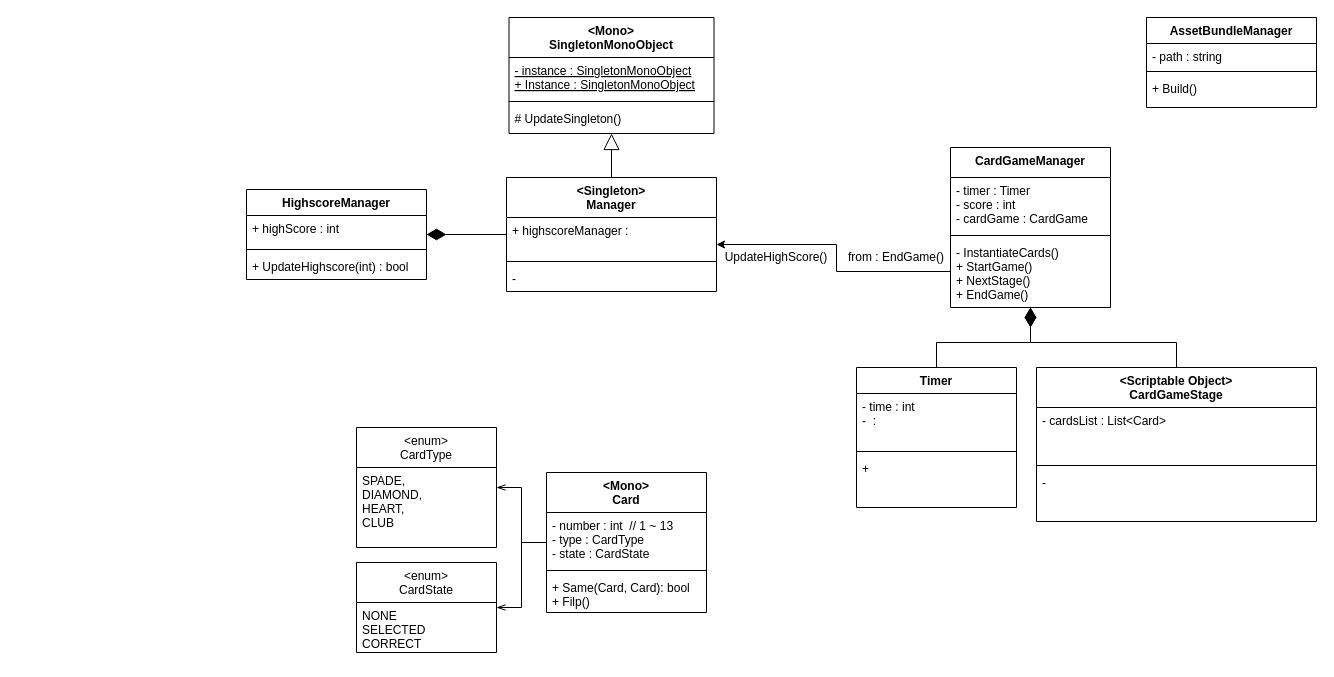
This is Diagram.drawio from s-saens/CardMemory, a draw.io file, before an edit. Source tidied: cells renumbered, new cells numbered last; positions are measured from the earlier drawing's top-left corner, leaving out a move shared by most shapes. Both pictures are drawn from the tidied source at 100%, with x=0, y=0 at pixel (246, 17).
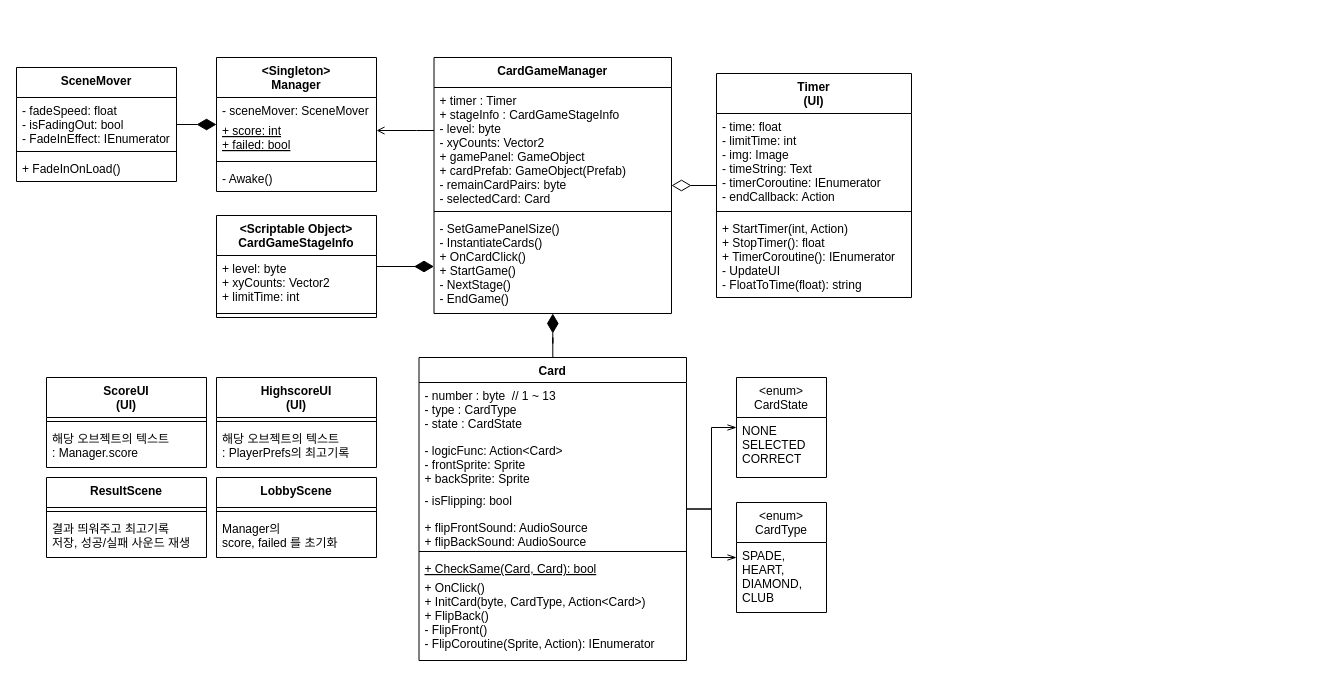
After the change.

The edit, as a diff of the source:
```diff
@@
     <mxCell id="2" value="&lt;Singleton&gt;&#10;Manager" style="swimlane;fontStyle=1;align=center;verticalAlign=top;horizontal=1;startSize=40;" parent="1" vertex="1">
-      <mxGeometry x="260" y="160" width="210" height="114" as="geometry" />
+      <mxGeometry x="-30" y="40" width="160" height="134" as="geometry" />
     </mxCell>
-    <mxCell id="3" value="+ highscoreManager : " style="text;strokeColor=none;fillColor=none;align=left;verticalAlign=top;spacingLeft=4;spacingRight=4;overflow=hidden;fontStyle=0;" parent="2" vertex="1">
-      <mxGeometry y="40" width="210" height="40" as="geometry" />
+    <mxCell id="3" value="- sceneMover: SceneMover" style="text;strokeColor=none;fillColor=none;align=left;verticalAlign=top;spacingLeft=4;spacingRight=4;overflow=hidden;fontStyle=0;" parent="2" vertex="1">
+      <mxGeometry y="40" width="160" height="20" as="geometry" />
     </mxCell>
+    <mxCell id="47" value="+ score: int&#10;+ failed: bool" style="text;strokeColor=none;fillColor=none;align=left;verticalAlign=top;spacingLeft=4;spacingRight=4;overflow=hidden;fontStyle=4;" parent="2" vertex="1">
+      <mxGeometry y="60" width="160" height="40" as="geometry" />
+    </mxCell>
     <mxCell id="4" style="line;strokeWidth=1;fillColor=none;align=left;verticalAlign=middle;spacingTop=-1;spacingLeft=3;spacingRight=3;labelPosition=right;" parent="2" vertex="1">
-      <mxGeometry y="80" width="210" height="8" as="geometry" />
+      <mxGeometry y="100" width="160" height="8" as="geometry" />
     </mxCell>
-    <mxCell id="5" value="-" style="text;strokeColor=none;fillColor=none;align=left;verticalAlign=top;spacingLeft=4;spacingRight=4;overflow=hidden;" parent="2" vertex="1">
-      <mxGeometry y="88" width="210" height="26" as="geometry" />
+    <mxCell id="5" value="- Awake()" style="text;strokeColor=none;fillColor=none;align=left;verticalAlign=top;spacingLeft=4;spacingRight=4;overflow=hidden;" parent="2" vertex="1">
+      <mxGeometry y="108" width="160" height="26" as="geometry" />
     </mxCell>
-    <mxCell id="6" style="edgeStyle=orthogonalEdgeStyle;rounded=0;jettySize=auto;html=1;endArrow=diamondThin;endFill=1;strokeWidth=1;endSize=17;" parent="1" edge="1" source="19" target="7">
+    <mxCell id="6" style="edgeStyle=orthogonalEdgeStyle;rounded=0;jettySize=auto;html=1;endArrow=diamondThin;endFill=0;strokeWidth=1;endSize=17;" parent="1" edge="1" source="19" target="7">
       <mxGeometry relative="1" as="geometry" />
     </mxCell>
+    <mxCell id="48" style="edgeStyle=orthogonalEdgeStyle;rounded=0;jettySize=auto;html=1;endArrow=open;endFill=0;" parent="1" edge="1" source="7" target="2">
+      <mxGeometry relative="1" as="geometry">
+        <Array as="points">
+          <mxPoint x="170" y="113" />
+          <mxPoint x="170" y="113" />
+        </Array>
+      </mxGeometry>
+    </mxCell>
     <mxCell id="7" value="CardGameManager" style="swimlane;fontStyle=1;align=center;verticalAlign=top;horizontal=1;startSize=30;" parent="1" vertex="1">
-      <mxGeometry x="704" y="130" width="160" height="160" as="geometry" />
+      <mxGeometry x="187.5" y="40" width="237.5" height="256" as="geometry" />
     </mxCell>
-    <mxCell id="8" value="- timer : Timer&#10;- score : int&#10;- cardGame : CardGame" style="text;strokeColor=none;fillColor=none;align=left;verticalAlign=top;spacingLeft=4;spacingRight=4;overflow=hidden;" parent="7" vertex="1">
-      <mxGeometry y="30" width="160" height="54" as="geometry" />
+    <mxCell id="8" value="+ timer : Timer&#10;+ stageInfo : CardGameStageInfo&#10;- level: byte&#10;- xyCounts: Vector2&#10;+ gamePanel: GameObject&#10;+ cardPrefab: GameObject(Prefab)&#10;- remainCardPairs: byte&#10;- selectedCard: Card&#10;&#10;" style="text;strokeColor=none;fillColor=none;align=left;verticalAlign=top;spacingLeft=4;spacingRight=4;overflow=hidden;" parent="7" vertex="1">
+      <mxGeometry y="30" width="237.5" height="120" as="geometry" />
     </mxCell>
     <mxCell id="9" style="line;strokeWidth=1;fillColor=none;align=left;verticalAlign=middle;spacingTop=-1;spacingLeft=3;spacingRight=3;labelPosition=right;" parent="7" vertex="1">
-      <mxGeometry y="84" width="160" height="8" as="geometry" />
+      <mxGeometry y="150" width="237.5" height="8" as="geometry" />
     </mxCell>
-    <mxCell id="10" value="- InstantiateCards()&#10;+ StartGame()&#10;+ NextStage()&#10;+ EndGame()" style="text;strokeColor=none;fillColor=none;align=left;verticalAlign=top;spacingLeft=4;spacingRight=4;overflow=hidden;points=[[0,0.5],[1,0.5]];portConstraint=eastwest;" parent="7" vertex="1">
-      <mxGeometry y="92" width="160" height="68" as="geometry" />
+    <mxCell id="10" value="- SetGamePanelSize()&#10;- InstantiateCards()&#10;+ OnCardClick()&#10;+ StartGame()&#10;- NextStage()&#10;- EndGame()" style="text;strokeColor=none;fillColor=none;align=left;verticalAlign=top;spacingLeft=4;spacingRight=4;overflow=hidden;points=[[0,0.5],[1,0.5]];portConstraint=eastwest;" parent="7" vertex="1">
+      <mxGeometry y="158" width="237.5" height="98" as="geometry" />
     </mxCell>
@@
-    <mxCell id="13" value="&lt;Mono&gt;&#10;Card" style="swimlane;fontStyle=1;align=center;verticalAlign=top;horizontal=1;startSize=40;" parent="1" vertex="1">
-      <mxGeometry x="300" y="455" width="160" height="140" as="geometry" />
+    <mxCell id="13" value="Card" style="swimlane;fontStyle=1;align=center;verticalAlign=top;horizontal=1;startSize=25;" parent="1" vertex="1">
+      <mxGeometry x="172.5" y="340" width="267.5" height="303" as="geometry" />
     </mxCell>
-    <mxCell id="14" value="- number : int  // 1 ~ 13&#10;- type : CardType&#10;- state : CardState" style="text;strokeColor=none;fillColor=none;align=left;verticalAlign=top;spacingLeft=4;spacingRight=4;overflow=hidden;" parent="13" vertex="1">
-      <mxGeometry y="40" width="160" height="54" as="geometry" />
+    <mxCell id="14" value="- number : byte  // 1 ~ 13&#10;- type : CardType&#10;- state : CardState" style="text;strokeColor=none;fillColor=none;align=left;verticalAlign=top;spacingLeft=4;spacingRight=4;overflow=hidden;" parent="13" vertex="1">
+      <mxGeometry y="25" width="267.5" height="55" as="geometry" />
     </mxCell>
+    <mxCell id="49" value="- logicFunc: Action&lt;Card&gt;&#10;- frontSprite: Sprite&#10;+ backSprite: Sprite" style="text;strokeColor=none;fillColor=none;align=left;verticalAlign=top;spacingLeft=4;spacingRight=4;overflow=hidden;" parent="13" vertex="1">
+      <mxGeometry y="80" width="267.5" height="50" as="geometry" />
+    </mxCell>
+    <mxCell id="50" value="- isFlipping: bool" style="text;strokeColor=none;fillColor=none;align=left;verticalAlign=top;spacingLeft=4;spacingRight=4;overflow=hidden;" parent="13" vertex="1">
+      <mxGeometry y="130" width="267.5" height="27" as="geometry" />
+    </mxCell>
+    <mxCell id="51" value="+ flipFrontSound: AudioSource&#10;+ flipBackSound: AudioSource" style="text;strokeColor=none;fillColor=none;align=left;verticalAlign=top;spacingLeft=4;spacingRight=4;overflow=hidden;" parent="13" vertex="1">
+      <mxGeometry y="157" width="267.5" height="33" as="geometry" />
+    </mxCell>
     <mxCell id="15" style="line;strokeWidth=1;fillColor=none;align=left;verticalAlign=middle;spacingTop=-1;spacingLeft=3;spacingRight=3;labelPosition=right;" parent="13" vertex="1">
-      <mxGeometry y="94" width="160" height="8" as="geometry" />
+      <mxGeometry y="190" width="267.5" height="8" as="geometry" />
     </mxCell>
-    <mxCell id="16" value="+ Same(Card, Card): bool&#10;+ Filp()" style="text;strokeColor=none;fillColor=none;align=left;verticalAlign=top;spacingLeft=4;spacingRight=4;overflow=hidden;" parent="13" vertex="1">
-      <mxGeometry y="102" width="160" height="38" as="geometry" />
+    <mxCell id="16" value="+ CheckSame(Card, Card): bool" style="text;strokeColor=none;fillColor=none;align=left;verticalAlign=top;spacingLeft=4;spacingRight=4;overflow=hidden;fontStyle=4;" parent="13" vertex="1">
+      <mxGeometry y="198" width="267.5" height="19" as="geometry" />
     </mxCell>
+    <mxCell id="52" value="+ OnClick()&#10;+ InitCard(byte, CardType, Action&lt;Card&gt;)&#10;+ FlipBack()&#10;- FlipFront()&#10;- FlipCoroutine(Sprite, Action): IEnumerator" style="text;strokeColor=none;fillColor=none;align=left;verticalAlign=top;spacingLeft=4;spacingRight=4;overflow=hidden;" parent="13" vertex="1">
+      <mxGeometry y="217" width="267.5" height="86" as="geometry" />
+    </mxCell>
     <mxCell id="17" value="&lt;enum&gt;&#10;CardType" style="swimlane;fontStyle=0;horizontal=1;startSize=40;fillColor=none;" parent="1" vertex="1">
-      <mxGeometry x="110" y="410" width="140" height="120" as="geometry" />
+      <mxGeometry x="490" y="485" width="90" height="110" as="geometry" />
     </mxCell>
-    <mxCell id="18" value="SPADE,&#10;DIAMOND,&#10;HEART,&#10;CLUB" style="text;strokeColor=none;fillColor=none;align=left;verticalAlign=top;spacingLeft=4;spacingRight=4;overflow=hidden;" parent="17" vertex="1">
-      <mxGeometry y="40" width="140" height="80" as="geometry" />
+    <mxCell id="18" value="SPADE,&#10;HEART,&#10;DIAMOND,&#10;CLUB" style="text;strokeColor=none;fillColor=none;align=left;verticalAlign=top;spacingLeft=4;spacingRight=4;overflow=hidden;" parent="17" vertex="1">
+      <mxGeometry y="40" width="90" height="70" as="geometry" />
     </mxCell>
-    <mxCell id="19" value="Timer" style="swimlane;fontStyle=1;align=center;verticalAlign=top;horizontal=1;startSize=26;" parent="1" vertex="1">
-      <mxGeometry x="610" y="350" width="160" height="140" as="geometry" />
+    <mxCell id="19" value="Timer&#10;(UI)" style="swimlane;fontStyle=1;align=center;verticalAlign=top;horizontal=1;startSize=40;" parent="1" vertex="1">
+      <mxGeometry x="470" y="56" width="195" height="224" as="geometry" />
     </mxCell>
-    <mxCell id="20" value="- time : int&#10;-  : " style="text;strokeColor=none;fillColor=none;align=left;verticalAlign=top;spacingLeft=4;spacingRight=4;overflow=hidden;" parent="19" vertex="1">
-      <mxGeometry y="26" width="160" height="54" as="geometry" />
+    <mxCell id="20" value="- time: float&#10;- limitTime: int&#10;- img: Image&#10;- timeString: Text&#10;- timerCoroutine: IEnumerator&#10;- endCallback: Action" style="text;strokeColor=none;fillColor=none;align=left;verticalAlign=top;spacingLeft=4;spacingRight=4;overflow=hidden;" parent="19" vertex="1">
+      <mxGeometry y="40" width="195" height="94" as="geometry" />
     </mxCell>
     <mxCell id="21" style="line;strokeWidth=1;fillColor=none;align=left;verticalAlign=middle;spacingTop=-1;spacingLeft=3;spacingRight=3;labelPosition=right;" parent="19" vertex="1">
-      <mxGeometry y="80" width="160" height="8" as="geometry" />
+      <mxGeometry y="134" width="195" height="8" as="geometry" />
     </mxCell>
-    <mxCell id="22" value="+ " style="text;strokeColor=none;fillColor=none;align=left;verticalAlign=top;spacingLeft=4;spacingRight=4;overflow=hidden;" parent="19" vertex="1">
-      <mxGeometry y="88" width="160" height="52" as="geometry" />
+    <mxCell id="22" value="+ StartTimer(int, Action)&#10;+ StopTimer(): float&#10;+ TimerCoroutine(): IEnumerator&#10;- UpdateUI&#10;- FloatToTime(float): string" style="text;strokeColor=none;fillColor=none;align=left;verticalAlign=top;spacingLeft=4;spacingRight=4;overflow=hidden;" parent="19" vertex="1">
+      <mxGeometry y="142" width="195" height="82" as="geometry" />
     </mxCell>
-    <mxCell id="23" value="&lt;Scriptable Object&gt;&#10;CardGameStage" style="swimlane;fontStyle=1;align=center;verticalAlign=top;horizontal=1;startSize=40;" parent="1" vertex="1">
-      <mxGeometry x="790" y="350" width="280" height="154" as="geometry" />
+    <mxCell id="23" value="&lt;Scriptable Object&gt;&#10;CardGameStageInfo" style="swimlane;fontStyle=1;align=center;verticalAlign=top;horizontal=1;startSize=40;" parent="1" vertex="1">
+      <mxGeometry x="-30" y="198" width="160" height="102" as="geometry" />
     </mxCell>
-    <mxCell id="24" value="- cardsList : List&lt;Card&gt;&#10;&#10;" style="text;strokeColor=none;fillColor=none;align=left;verticalAlign=top;spacingLeft=4;spacingRight=4;overflow=hidden;" parent="23" vertex="1">
-      <mxGeometry y="40" width="280" height="54" as="geometry" />
+    <mxCell id="24" value="+ level: byte&#10;+ xyCounts: Vector2&#10;+ limitTime: int" style="text;strokeColor=none;fillColor=none;align=left;verticalAlign=top;spacingLeft=4;spacingRight=4;overflow=hidden;" parent="23" vertex="1">
+      <mxGeometry y="40" width="160" height="54" as="geometry" />
     </mxCell>
     <mxCell id="25" style="line;strokeWidth=1;fillColor=none;align=left;verticalAlign=middle;spacingTop=-1;spacingLeft=3;spacingRight=3;labelPosition=right;" parent="23" vertex="1">
-      <mxGeometry y="94" width="280" height="8" as="geometry" />
+      <mxGeometry y="94" width="160" height="8" as="geometry" />
     </mxCell>
-    <mxCell id="26" value="- " style="text;strokeColor=none;fillColor=none;align=left;verticalAlign=top;spacingLeft=4;spacingRight=4;overflow=hidden;" parent="23" vertex="1">
-      <mxGeometry y="102" width="280" height="52" as="geometry" />
-    </mxCell>
-    <mxCell id="27" style="edgeStyle=orthogonalEdgeStyle;rounded=0;jettySize=auto;html=1;endArrow=diamondThin;endFill=1;strokeWidth=1;endSize=17;" parent="1" edge="1" source="23" target="7">
-      <mxGeometry relative="1" as="geometry" />
+    <mxCell id="27" style="edgeStyle=orthogonalEdgeStyle;rounded=0;jettySize=auto;html=1;endArrow=diamondThin;endFill=1;strokeWidth=1;endSize=17;" parent="1" edge="1" source="23" target="10">
+      <mxGeometry relative="1" as="geometry">
+        <Array as="points">
+          <mxPoint x="80" y="247" />
+          <mxPoint x="80" y="247" />
+        </Array>
+      </mxGeometry>
     </mxCell>
     <mxCell id="28" value="&lt;enum&gt;&#10;CardState" style="swimlane;fontStyle=0;horizontal=1;startSize=40;fillColor=none;" parent="1" vertex="1">
-      <mxGeometry x="110" y="545" width="140" height="90" as="geometry" />
+      <mxGeometry x="490" y="360" width="90" height="100" as="geometry" />
     </mxCell>
     <mxCell id="29" value="NONE&#10;SELECTED&#10;CORRECT&#10;" style="text;strokeColor=none;fillColor=none;align=left;verticalAlign=top;spacingLeft=4;spacingRight=4;overflow=hidden;" parent="28" vertex="1">
-      <mxGeometry y="40" width="140" height="50" as="geometry" />
+      <mxGeometry y="40" width="90" height="60" as="geometry" />
     </mxCell>
-    <mxCell id="30" value="HighscoreManager" style="swimlane;fontStyle=1;align=center;verticalAlign=top;horizontal=1;startSize=26;" parent="1" vertex="1">
-      <mxGeometry y="172" width="180" height="90" as="geometry" />
-    </mxCell>
-    <mxCell id="31" value="+ highScore : int&#10;" style="text;strokeColor=none;fillColor=none;align=left;verticalAlign=top;spacingLeft=4;spacingRight=4;overflow=hidden;" parent="30" vertex="1">
-      <mxGeometry y="26" width="180" height="30" as="geometry" />
-    </mxCell>
-    <mxCell id="32" style="line;strokeWidth=1;fillColor=none;align=left;verticalAlign=middle;spacingTop=-1;spacingLeft=3;spacingRight=3;labelPosition=right;" parent="30" vertex="1">
-      <mxGeometry y="56" width="180" height="8" as="geometry" />
-    </mxCell>
-    <mxCell id="33" value="+ UpdateHighscore(int) : bool" style="text;strokeColor=none;fillColor=none;align=left;verticalAlign=top;spacingLeft=4;spacingRight=4;overflow=hidden;" parent="30" vertex="1">
-      <mxGeometry y="64" width="180" height="26" as="geometry" />
-    </mxCell>
-    <mxCell id="34" style="edgeStyle=orthogonalEdgeStyle;rounded=0;jettySize=auto;html=1;endArrow=diamondThin;endFill=1;strokeWidth=1;endSize=17;" parent="1" edge="1" source="2" target="30">
-      <mxGeometry relative="1" as="geometry" />
-    </mxCell>
-    <mxCell id="35" value="AssetBundleManager" style="swimlane;fontStyle=1;align=center;verticalAlign=top;horizontal=1;startSize=26;" parent="1" vertex="1">
-      <mxGeometry x="900" width="170" height="90" as="geometry" />
-    </mxCell>
-    <mxCell id="36" value="- path : string&#10;&#10;" style="text;strokeColor=none;fillColor=none;align=left;verticalAlign=top;spacingLeft=4;spacingRight=4;overflow=hidden;" parent="35" vertex="1">
-      <mxGeometry y="26" width="170" height="24" as="geometry" />
-    </mxCell>
-    <mxCell id="37" style="line;strokeWidth=1;fillColor=none;align=left;verticalAlign=middle;spacingTop=-1;spacingLeft=3;spacingRight=3;labelPosition=right;" parent="35" vertex="1">
-      <mxGeometry y="50" width="170" height="8" as="geometry" />
-    </mxCell>
-    <mxCell id="38" value="+ Build()" style="text;strokeColor=none;fillColor=none;align=left;verticalAlign=top;spacingLeft=4;spacingRight=4;overflow=hidden;" parent="35" vertex="1">
-      <mxGeometry y="58" width="170" height="32" as="geometry" />
-    </mxCell>
-    <mxCell id="39" style="edgeStyle=orthogonalEdgeStyle;rounded=0;jettySize=auto;html=1;" parent="1" edge="1" source="10" target="2">
-      <mxGeometry relative="1" as="geometry">
-        <Array as="points">
-          <mxPoint x="590" y="254" />
-          <mxPoint x="590" y="227" />
-        </Array>
-      </mxGeometry>
-    </mxCell>
-    <mxCell id="40" value="from : EndGame()" style="text;html=1;strokeColor=none;fillColor=none;align=center;verticalAlign=middle;whiteSpace=wrap;rounded=0;" parent="1" vertex="1">
-      <mxGeometry x="600" y="230" width="100" height="20" as="geometry" />
-    </mxCell>
-    <mxCell id="41" value="UpdateHighScore()" style="text;html=1;strokeColor=none;fillColor=none;align=center;verticalAlign=middle;whiteSpace=wrap;rounded=0;" parent="1" vertex="1">
-      <mxGeometry x="480" y="230" width="100" height="20" as="geometry" />
-    </mxCell>
-    <mxCell id="42" value="&lt;Mono&gt;&#10;SingletonMonoObject" style="swimlane;fontStyle=1;align=center;verticalAlign=top;horizontal=1;startSize=40;" parent="1" vertex="1">
-      <mxGeometry x="262.5" width="205" height="116" as="geometry" />
-    </mxCell>
-    <mxCell id="43" value="- instance : SingletonMonoObject&#10;+ Instance : SingletonMonoObject" style="text;strokeColor=none;fillColor=none;align=left;verticalAlign=top;spacingLeft=4;spacingRight=4;overflow=hidden;fontStyle=4;" parent="42" vertex="1">
-      <mxGeometry y="40" width="205" height="40" as="geometry" />
-    </mxCell>
-    <mxCell id="44" style="line;strokeWidth=1;fillColor=none;align=left;verticalAlign=middle;spacingTop=-1;spacingLeft=3;spacingRight=3;labelPosition=right;" parent="42" vertex="1">
-      <mxGeometry y="80" width="205" height="8" as="geometry" />
-    </mxCell>
-    <mxCell id="45" value="# UpdateSingleton()" style="text;strokeColor=none;fillColor=none;align=left;verticalAlign=top;spacingLeft=4;spacingRight=4;overflow=hidden;" parent="42" vertex="1">
-      <mxGeometry y="88" width="205" height="28" as="geometry" />
-    </mxCell>
-    <mxCell id="46" style="edgeStyle=orthogonalEdgeStyle;rounded=0;jettySize=auto;html=1;endArrow=block;endFill=0;strokeWidth=1;endSize=14;" parent="1" edge="1" source="2" target="42">
-      <mxGeometry relative="1" as="geometry" />
-    </mxCell>
+    <mxCell id="53" value="SceneMover" style="swimlane;fontStyle=1;align=center;verticalAlign=top;horizontal=1;startSize=30;" parent="1" vertex="1">
+      <mxGeometry x="-230" y="50" width="160" height="114" as="geometry" />
+    </mxCell>
+    <mxCell id="54" value="- fadeSpeed: float&#10;- isFadingOut: bool&#10;- FadeInEffect: IEnumerator" style="text;strokeColor=none;fillColor=none;align=left;verticalAlign=top;spacingLeft=4;spacingRight=4;overflow=hidden;fontStyle=0;" parent="53" vertex="1">
+      <mxGeometry y="30" width="160" height="50" as="geometry" />
+    </mxCell>
+    <mxCell id="55" style="line;strokeWidth=1;fillColor=none;align=left;verticalAlign=middle;spacingTop=-1;spacingLeft=3;spacingRight=3;labelPosition=right;" parent="53" vertex="1">
+      <mxGeometry y="80" width="160" height="8" as="geometry" />
+    </mxCell>
+    <mxCell id="56" value="+ FadeInOnLoad()&#10;" style="text;strokeColor=none;fillColor=none;align=left;verticalAlign=top;spacingLeft=4;spacingRight=4;overflow=hidden;" parent="53" vertex="1">
+      <mxGeometry y="88" width="160" height="26" as="geometry" />
+    </mxCell>
+    <mxCell id="57" style="edgeStyle=orthogonalEdgeStyle;rounded=0;jettySize=auto;html=1;endArrow=diamondThin;endFill=1;strokeWidth=1;endSize=17;" parent="1" edge="1" source="53" target="2">
+      <mxGeometry relative="1" as="geometry" />
+    </mxCell>
+    <mxCell id="58" style="edgeStyle=orthogonalEdgeStyle;rounded=0;jettySize=auto;html=1;endArrow=diamondThin;endFill=1;strokeWidth=1;endSize=17;" parent="1" edge="1" source="13" target="7">
+      <mxGeometry relative="1" as="geometry" />
+    </mxCell>
+    <mxCell id="59" value="ScoreUI&#10;(UI)" style="swimlane;fontStyle=1;align=center;verticalAlign=top;horizontal=1;startSize=40;" parent="1" vertex="1">
+      <mxGeometry x="-200" y="360" width="160" height="90" as="geometry" />
+    </mxCell>
+    <mxCell id="60" style="line;strokeWidth=1;fillColor=none;align=left;verticalAlign=middle;spacingTop=-1;spacingLeft=3;spacingRight=3;labelPosition=right;" parent="59" vertex="1">
+      <mxGeometry y="40" width="160" height="8" as="geometry" />
+    </mxCell>
+    <mxCell id="61" value="해당 오브젝트의 텍스트&#10;: Manager.score&#10;" style="text;strokeColor=none;fillColor=none;align=left;verticalAlign=top;spacingLeft=4;spacingRight=4;overflow=hidden;" parent="59" vertex="1">
+      <mxGeometry y="48" width="160" height="42" as="geometry" />
+    </mxCell>
+    <mxCell id="62" value="HighscoreUI&#10;(UI)" style="swimlane;fontStyle=1;align=center;verticalAlign=top;horizontal=1;startSize=40;" parent="1" vertex="1">
+      <mxGeometry x="-30" y="360" width="160" height="90" as="geometry" />
+    </mxCell>
+    <mxCell id="63" style="line;strokeWidth=1;fillColor=none;align=left;verticalAlign=middle;spacingTop=-1;spacingLeft=3;spacingRight=3;labelPosition=right;" parent="62" vertex="1">
+      <mxGeometry y="40" width="160" height="8" as="geometry" />
+    </mxCell>
+    <mxCell id="64" value="해당 오브젝트의 텍스트&#10;: PlayerPrefs의 최고기록" style="text;strokeColor=none;fillColor=none;align=left;verticalAlign=top;spacingLeft=4;spacingRight=4;overflow=hidden;" parent="62" vertex="1">
+      <mxGeometry y="48" width="160" height="42" as="geometry" />
+    </mxCell>
+    <mxCell id="65" value="LobbyScene" style="swimlane;fontStyle=1;align=center;verticalAlign=top;horizontal=1;startSize=30;" parent="1" vertex="1">
+      <mxGeometry x="-30" y="460" width="160" height="80" as="geometry" />
+    </mxCell>
+    <mxCell id="66" style="line;strokeWidth=1;fillColor=none;align=left;verticalAlign=middle;spacingTop=-1;spacingLeft=3;spacingRight=3;labelPosition=right;" parent="65" vertex="1">
+      <mxGeometry y="30" width="160" height="8" as="geometry" />
+    </mxCell>
+    <mxCell id="67" value="Manager의&#10;score, failed 를 초기화" style="text;strokeColor=none;fillColor=none;align=left;verticalAlign=top;spacingLeft=4;spacingRight=4;overflow=hidden;" parent="65" vertex="1">
+      <mxGeometry y="38" width="160" height="42" as="geometry" />
+    </mxCell>
+    <mxCell id="68" value="ResultScene" style="swimlane;fontStyle=1;align=center;verticalAlign=top;horizontal=1;startSize=30;" parent="1" vertex="1">
+      <mxGeometry x="-200" y="460" width="160" height="80" as="geometry" />
+    </mxCell>
+    <mxCell id="69" style="line;strokeWidth=1;fillColor=none;align=left;verticalAlign=middle;spacingTop=-1;spacingLeft=3;spacingRight=3;labelPosition=right;" parent="68" vertex="1">
+      <mxGeometry y="30" width="160" height="8" as="geometry" />
+    </mxCell>
+    <mxCell id="70" value="결과 띄워주고 최고기록&#10;저장, 성공/실패 사운드 재생&#10;" style="text;strokeColor=none;fillColor=none;align=left;verticalAlign=top;spacingLeft=4;spacingRight=4;overflow=hidden;" parent="68" vertex="1">
+      <mxGeometry y="38" width="160" height="42" as="geometry" />
+    </mxCell>
```
